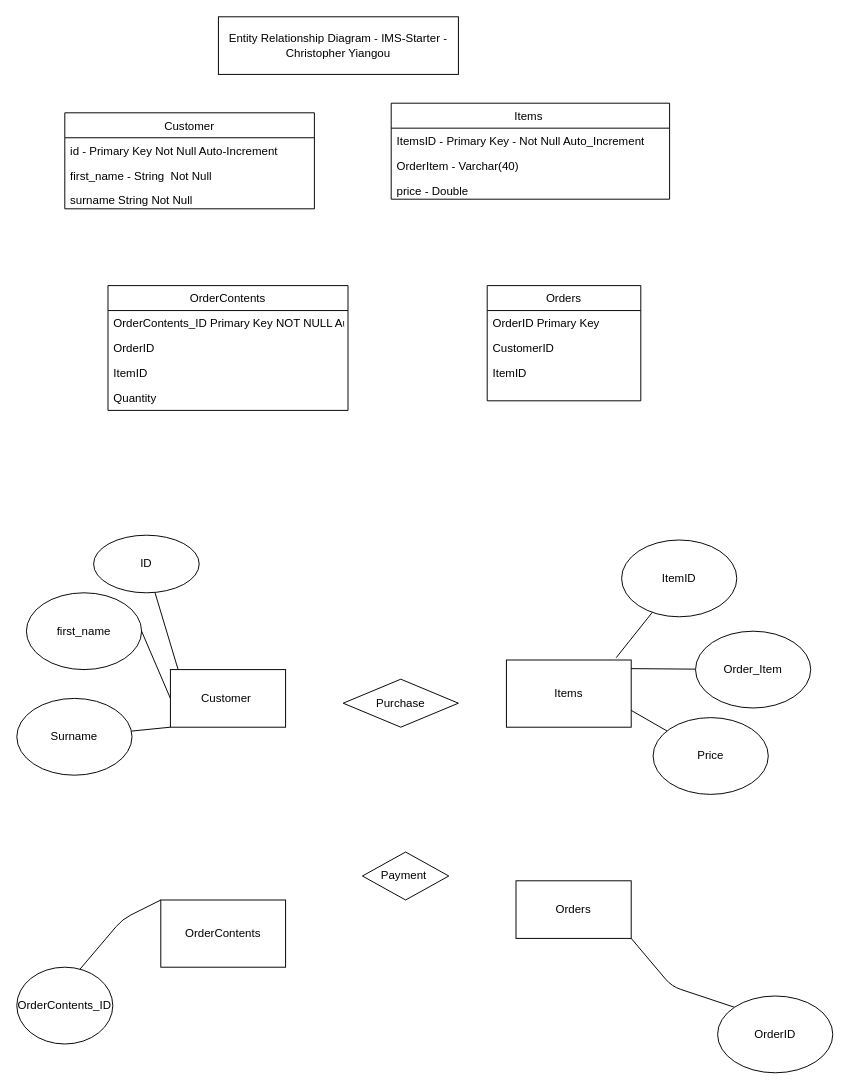
ChrisQA-GB/IMS-Starter keeps this draw.io diagram as ERD - IMS-Starter.drawio. Above is the earlier version. Source tidied: cells renumbered, new cells numbered last; positions are measured from the earlier drawing's top-left corner, leaving out a move shared by most shapes. Both pictures are drawn from the tidied source at 96%, with x=0, y=0 at pixel (16, 16).
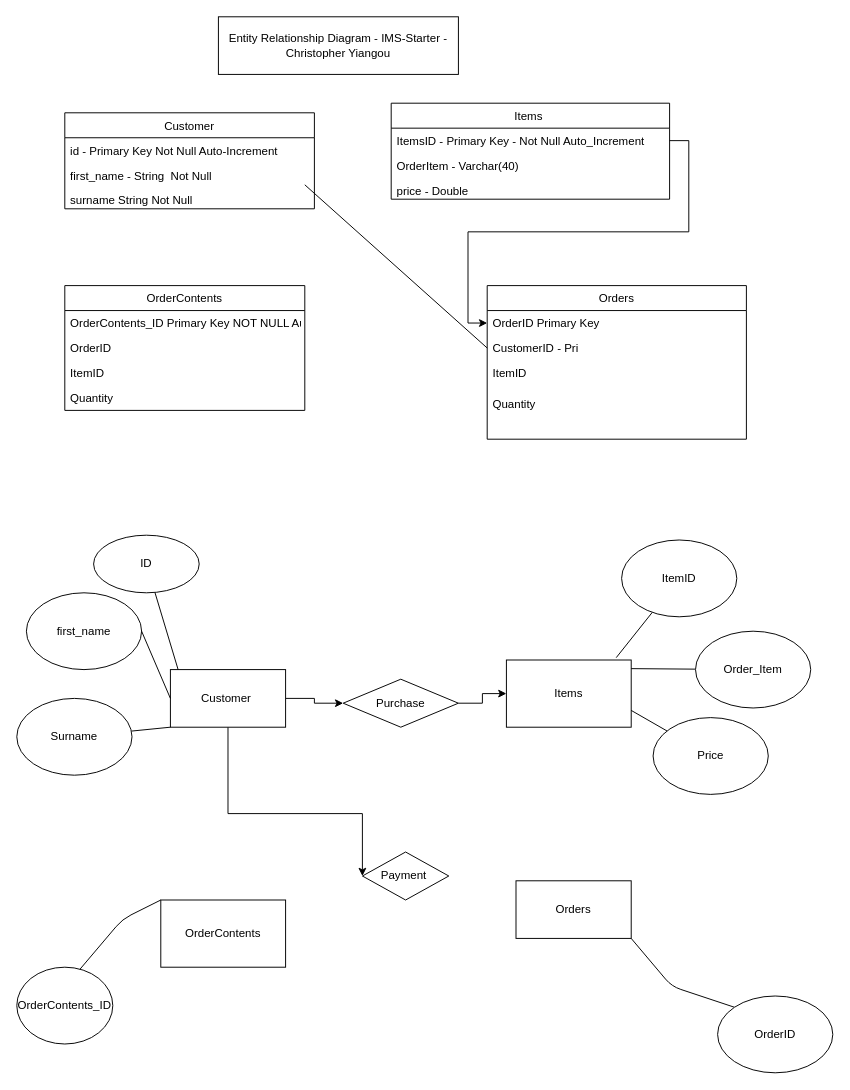
The same page after the edit.

Unchanged cells that the change refers to:
```xml
<mxCell id="8" value="ItemsID - Primary Key - Not Null Auto_Increment  " style="text;strokeColor=none;fillColor=none;align=left;verticalAlign=top;spacingLeft=4;spacingRight=4;overflow=hidden;points=[[0,0.5],[1,0.5]];portConstraint=eastwest;" parent="7" vertex="1">
  <mxGeometry y="26" width="290" height="26" as="geometry" />
</mxCell>
<mxCell id="20" value="Customer&amp;nbsp;&lt;br&gt;" style="rounded=0;whiteSpace=wrap;html=1;" parent="1" vertex="1">
  <mxGeometry x="160" y="680" width="120" height="60" as="geometry" />
</mxCell>
<mxCell id="28" value="Items" style="rounded=0;whiteSpace=wrap;html=1;" parent="1" vertex="1">
  <mxGeometry x="510" y="670" width="130" height="70" as="geometry" />
</mxCell>
<mxCell id="40" value="Purchase" style="rhombus;whiteSpace=wrap;html=1;" parent="1" vertex="1">
  <mxGeometry x="340" y="690" width="120" height="50" as="geometry" />
</mxCell>
<mxCell id="41" value="Payment&amp;nbsp;" style="rhombus;whiteSpace=wrap;html=1;" parent="1" vertex="1">
  <mxGeometry x="360" y="870" width="90" height="50" as="geometry" />
</mxCell>
```

The edit, as a diff of the source:
```diff
@@
     <mxCell id="11" value="Orders" style="swimlane;fontStyle=0;horizontal=1;startSize=26;fillColor=none;" parent="1" vertex="1">
-      <mxGeometry x="490" y="280" width="160" height="120" as="geometry" />
+      <mxGeometry x="490" y="280" width="270" height="160" as="geometry" />
     </mxCell>
     <mxCell id="12" value="OrderID Primary Key " style="text;strokeColor=none;fillColor=none;align=left;verticalAlign=top;spacingLeft=4;spacingRight=4;overflow=hidden;points=[[0,0.5],[1,0.5]];portConstraint=eastwest;" parent="11" vertex="1">
-      <mxGeometry y="26" width="160" height="26" as="geometry" />
+      <mxGeometry y="26" width="270" height="26" as="geometry" />
     </mxCell>
-    <mxCell id="13" value="CustomerID" style="text;strokeColor=none;fillColor=none;align=left;verticalAlign=top;spacingLeft=4;spacingRight=4;overflow=hidden;points=[[0,0.5],[1,0.5]];portConstraint=eastwest;" parent="11" vertex="1">
-      <mxGeometry y="52" width="160" height="26" as="geometry" />
+    <mxCell id="13" value="CustomerID - Pri" style="text;strokeColor=none;fillColor=none;align=left;verticalAlign=top;spacingLeft=4;spacingRight=4;overflow=hidden;points=[[0,0.5],[1,0.5]];portConstraint=eastwest;" parent="11" vertex="1">
+      <mxGeometry y="52" width="270" height="26" as="geometry" />
     </mxCell>
     <mxCell id="14" value="ItemID" style="text;strokeColor=none;fillColor=none;align=left;verticalAlign=top;spacingLeft=4;spacingRight=4;overflow=hidden;" parent="11" vertex="1">
-      <mxGeometry y="78" width="160" height="42" as="geometry" />
+      <mxGeometry y="78" width="270" height="32" as="geometry" />
     </mxCell>
+    <mxCell id="42" value="Quantity" style="text;strokeColor=none;fillColor=none;align=left;verticalAlign=top;spacingLeft=4;spacingRight=4;overflow=hidden;" parent="11" vertex="1">
+      <mxGeometry y="110" width="270" height="50" as="geometry" />
+    </mxCell>
     <mxCell id="15" value="OrderContents" style="swimlane;fontStyle=0;horizontal=1;startSize=26;fillColor=none;" parent="1" vertex="1">
-      <mxGeometry x="95" y="280" width="250" height="130" as="geometry" />
+      <mxGeometry x="50" y="280" width="250" height="130" as="geometry" />
     </mxCell>
@@
+    <mxCell id="43" style="edgeStyle=orthogonalEdgeStyle;rounded=0;jettySize=auto;html=1;entryX=0;entryY=0.5;entryDx=0;entryDy=0;" parent="1" edge="1" source="20" target="40">
+      <mxGeometry relative="1" as="geometry" />
+    </mxCell>
+    <mxCell id="44" style="edgeStyle=orthogonalEdgeStyle;rounded=0;jettySize=auto;html=1;entryX=0;entryY=0.5;entryDx=0;entryDy=0;" parent="1" edge="1" source="20" target="41">
+      <mxGeometry relative="1" as="geometry">
+        <Array as="points">
+          <mxPoint x="220" y="830" />
+          <mxPoint x="360" y="830" />
+        </Array>
+      </mxGeometry>
+    </mxCell>
@@
+    <mxCell id="45" style="edgeStyle=orthogonalEdgeStyle;rounded=0;jettySize=auto;html=1;" parent="1" edge="1" source="40" target="28">
+      <mxGeometry relative="1" as="geometry" />
+    </mxCell>
@@
+    <mxCell id="46" style="endArrow=none;html=1;entryX=0;entryY=0.5;entryDx=0;entryDy=0;" parent="1" edge="1" target="13">
+      <mxGeometry relative="1" as="geometry">
+        <mxPoint x="300" y="175" as="sourcePoint" />
+      </mxGeometry>
+    </mxCell>
+    <mxCell id="47" style="edgeStyle=orthogonalEdgeStyle;rounded=0;jettySize=auto;html=1;" parent="1" edge="1" source="8" target="12">
+      <mxGeometry relative="1" as="geometry" />
+    </mxCell>
```
